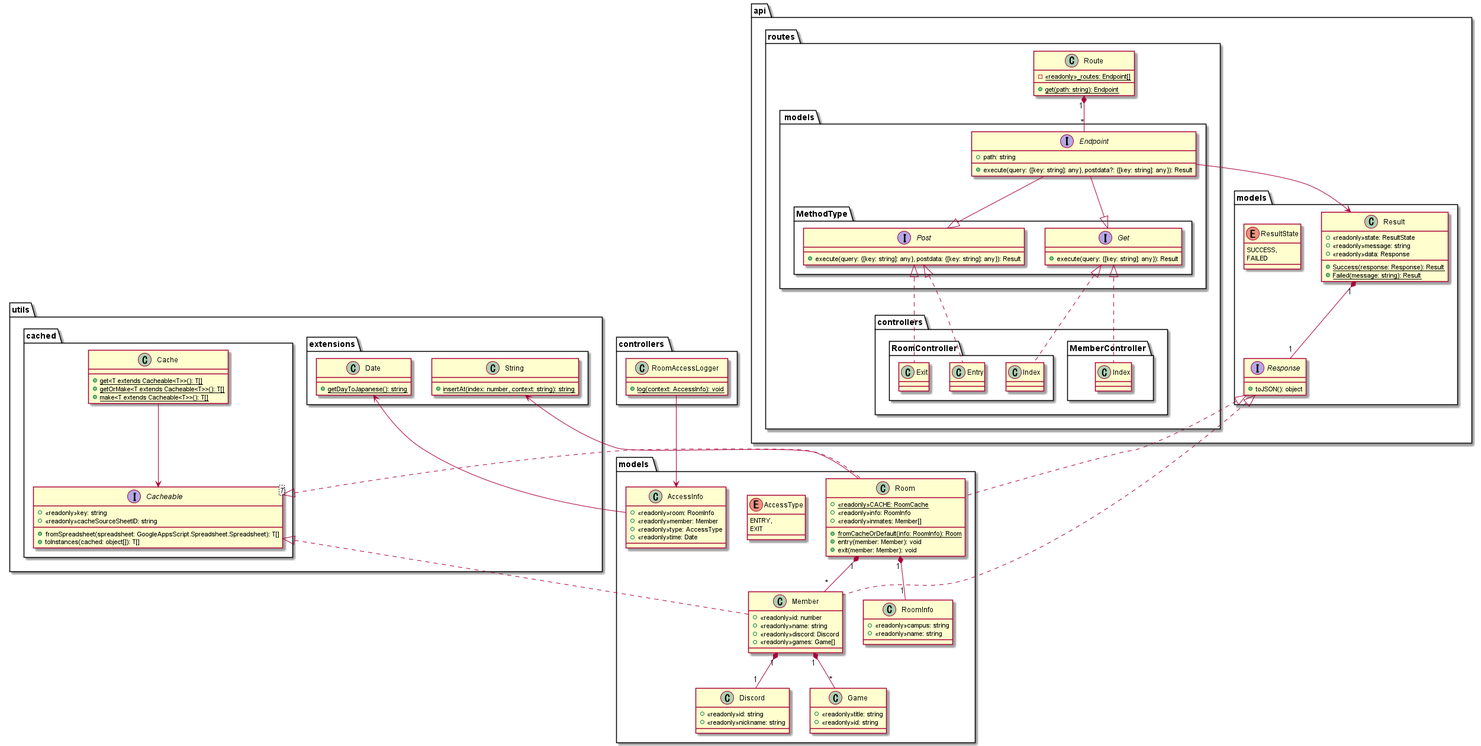
This is uml/classDiagram/classDiagram.png from NIT-esports/NITeAPI, a PlantUML export, as it was before one commit.
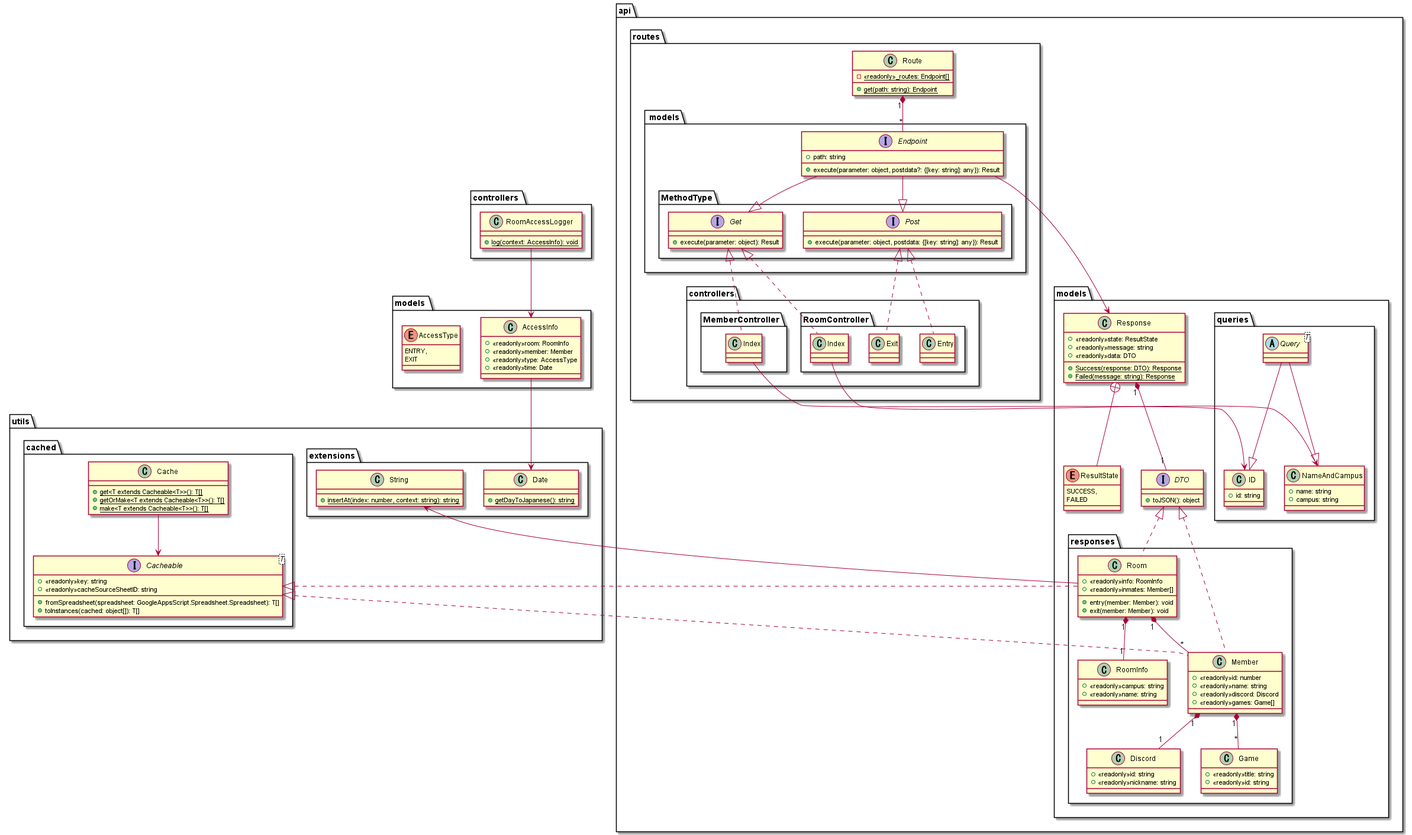
After the commit.

The edit, as a diff of the source:
```diff
@@ -3,17 +3,62 @@
 {
     package models
     {
-        interface Response
+        package queries
+        {
+            class ID
+            {
+                +id: string
+            }
+            class NameAndCampus
+            {
+                +name: string
+                +campus: string
+            }
+            abstract Query<T>
+        }
+        package responses
+        {
+            class Discord
+            {
+                +<<readonly>>id: string
+                +<<readonly>>nickname: string
+            }
+            class Game
+            {
+                +<<readonly>>title: string
+                +<<readonly>>id: string
+            }
+            class Member
+            {
+                +<<readonly>>id: number
+                +<<readonly>>name: string
+                +<<readonly>>discord: Discord
+                +<<readonly>>games: Game[]
+            }
+            class Room
+            {
+                +<<readonly>>info: RoomInfo
+                +<<readonly>>inmates: Member[]
+                +entry(member: Member): void
+                +exit(member: Member): void
+            }
+            class RoomInfo
+            {
+                +<<readonly>>campus: string
+                +<<readonly>>name: string
+            }
+        }
+        interface DTO
         {
             +toJSON(): object
         }
-        class Result
+        class Response
         {
             +<<readonly>>state: ResultState
             +<<readonly>>message: string
-            +<<readonly>>data: Response
-            +{static}Success(response: Response): Result
-            +{static}Failed(message: string): Result
+            +<<readonly>>data: DTO
+            +{static}Success(response: DTO): Response
+            +{static}Failed(message: string): Response
         }
         enum ResultState
         {
@@ -27,11 +72,11 @@
         {
             package MemberController
             {
-                class Index
+                class "Index" as MemberIndex
             }
             package RoomController
             {
-                class "Index "
+                class "Index " as RoomIndex
                 class Entry
                 class Exit
             }
@@ -41,17 +86,17 @@
             interface Endpoint
             {
                 +path: string
-                +execute(query: {[key: string]: any}, postdata?: {[key: string]: any}): Result
+                +execute(parameter: object, postdata?: {[key: string]: any}): Result
             }
             package MethodType
             {
                 interface Get
                 {
-                    +execute(query: {[key: string]: any}): Result
+                    +execute(parameter: object): Result
                 }
                 interface Post
                 {
-                    +execute(query: {[key: string]: any}, postdata: {[key: string]: any}): Result
+                    +execute(parameter: object, postdata: {[key: string]: any}): Result
                 }
             }
         }
@@ -82,37 +127,6 @@
     {
         ENTRY,
         EXIT
-    }
-    class Discord
-    {
-        +<<readonly>>id: string
-        +<<readonly>>nickname: string
-    }
-    class Game
-    {
-        +<<readonly>>title: string
-        +<<readonly>>id: string
-    }
-    class Member
-    {
-        +<<readonly>>id: number
-        +<<readonly>>name: string
-        +<<readonly>>discord: Discord
-        +<<readonly>>games: Game[]
-    }
-    class Room
-    {
-        +{static}<<readonly>>CACHE: RoomCache
-        +<<readonly>>info: RoomInfo
-        +<<readonly>>inmates: Member[]
-        +{static}fromCacheOrDefault(info: RoomInfo): Room
-        +entry(member: Member): void
-        +exit(member: Member): void
-    }
-    class RoomInfo
-    {
-        +<<readonly>>campus: string
-        +<<readonly>>name: string
     }
 }
 package utils
@@ -146,29 +160,35 @@
     }
 }
 
+Query --|> ID
+Query --|> NameAndCampus
 Endpoint --|> Get
 Endpoint --|> Post
 
-Member .up.|> Response
+Member .up.|> DTO
 Member .up.|> Cacheable
-Room .up.|> Response
+Room .up.|> DTO
 Room .up.|> Cacheable
-Index .up.|> Get
+MemberIndex .up.|> Get
 Entry .up.|> Post
 Exit .up.|> Post
-"Index " .up.|> Get
+RoomIndex .up.|> Get
 
 Member "1" *-- "1" Discord
 Member "1" *-- "*" Game
 Room "1" *-- "1" RoomInfo
 Room "1" *-- "*" Member
-Result "1" *-- "1" Response
+Response "1" *-- "1" DTO
 Route "1" *-- "*" Endpoint
 
 Cache --> Cacheable
 AccessInfo --> Date
 Room --> String
 RoomAccessLogger --> AccessInfo
-Endpoint --> Result
+Endpoint --> Response
+MemberIndex --> ID
+RoomIndex --> NameAndCampus
+
+Response +-- ResultState
 
 @enduml
```
